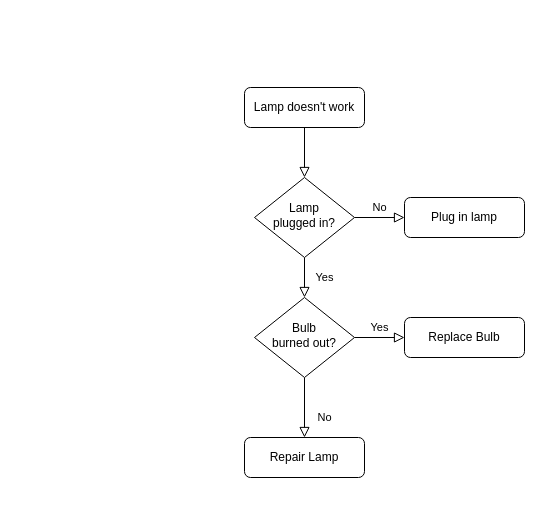
Earlier version of the draw.io diagram search.drawio (joshua-nine/joshua-nine). Source tidied: cells renumbered, new cells numbered last; positions are measured from the earlier drawing's top-left corner, leaving out a move shared by most shapes. Both pictures are drawn from the tidied source at 100%, with x=0, y=0 at pixel (244, 87).
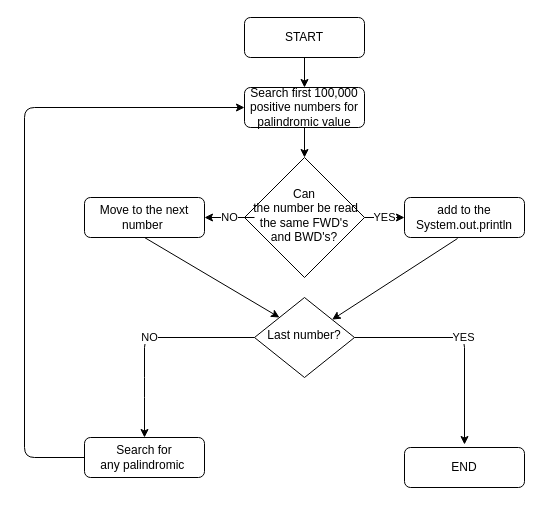
Above is the later version.

What changed in the source:
```diff
@@
-    <mxCell id="2" style="rounded=0;html=1;jettySize=auto;fontSize=11;endArrow=block;endFill=0;endSize=8;strokeWidth=1;shadow=0;labelBackgroundColor=none;edgeStyle=orthogonalEdgeStyle;" parent="1" edge="1" source="3" target="6">
-      <mxGeometry relative="1" as="geometry" />
-    </mxCell>
-    <mxCell id="3" value="Lamp doesn't work" style="rounded=1;whiteSpace=wrap;html=1;fontSize=12;glass=0;strokeWidth=1;shadow=0;" parent="1" vertex="1">
+    <mxCell id="3" value="Search first 100,000 positive numbers for palindromic value" style="rounded=1;whiteSpace=wrap;html=1;fontSize=12;glass=0;strokeWidth=1;shadow=0;" parent="1" vertex="1">
       <mxGeometry width="120" height="40" as="geometry" />
     </mxCell>
-    <mxCell id="4" value="Yes" style="rounded=0;html=1;jettySize=auto;fontSize=11;endArrow=block;endFill=0;endSize=8;strokeWidth=1;shadow=0;labelBackgroundColor=none;edgeStyle=orthogonalEdgeStyle;" parent="1" edge="1" source="6" target="10">
-      <mxGeometry y="20" relative="1" as="geometry" />
-    </mxCell>
-    <mxCell id="5" value="No" style="edgeStyle=orthogonalEdgeStyle;rounded=0;html=1;jettySize=auto;fontSize=11;endArrow=block;endFill=0;endSize=8;strokeWidth=1;shadow=0;labelBackgroundColor=none;" parent="1" edge="1" source="6" target="7">
-      <mxGeometry y="10" relative="1" as="geometry" />
-    </mxCell>
-    <mxCell id="6" value="Lamp&lt;br&gt;plugged in?" style="rhombus;whiteSpace=wrap;html=1;shadow=0;fontFamily=Helvetica;fontSize=12;align=center;strokeWidth=1;spacing=6;spacingTop=-4;" parent="1" vertex="1">
-      <mxGeometry x="10" y="90" width="100" height="80" as="geometry" />
+    <mxCell id="6" value="Can&lt;br&gt;&amp;nbsp;the number be read the same FWD's and BWD's?" style="rhombus;whiteSpace=wrap;html=1;shadow=0;fontFamily=Helvetica;fontSize=12;align=center;strokeWidth=1;spacing=6;spacingTop=-4;" parent="1" vertex="1">
+      <mxGeometry y="70" width="120" height="120" as="geometry" />
     </mxCell>
-    <mxCell id="7" value="Plug in lamp" style="rounded=1;whiteSpace=wrap;html=1;fontSize=12;glass=0;strokeWidth=1;shadow=0;" parent="1" vertex="1">
+    <mxCell id="7" value="add to the System.out.println" style="rounded=1;whiteSpace=wrap;html=1;fontSize=12;glass=0;strokeWidth=1;shadow=0;" parent="1" vertex="1">
       <mxGeometry x="160" y="110" width="120" height="40" as="geometry" />
     </mxCell>
-    <mxCell id="8" value="No" style="rounded=0;html=1;jettySize=auto;fontSize=11;endArrow=block;endFill=0;endSize=8;strokeWidth=1;shadow=0;labelBackgroundColor=none;edgeStyle=orthogonalEdgeStyle;" parent="1" edge="1" source="10" target="11">
-      <mxGeometry x="0.33" y="20" relative="1" as="geometry" />
-    </mxCell>
-    <mxCell id="9" value="Yes" style="edgeStyle=orthogonalEdgeStyle;rounded=0;html=1;jettySize=auto;fontSize=11;endArrow=block;endFill=0;endSize=8;strokeWidth=1;shadow=0;labelBackgroundColor=none;" parent="1" edge="1" source="10" target="12">
-      <mxGeometry y="10" relative="1" as="geometry" />
-    </mxCell>
-    <mxCell id="10" value="Bulb&lt;br&gt;burned out?" style="rhombus;whiteSpace=wrap;html=1;shadow=0;fontFamily=Helvetica;fontSize=12;align=center;strokeWidth=1;spacing=6;spacingTop=-4;" parent="1" vertex="1">
+    <mxCell id="10" value="Last number?" style="rhombus;whiteSpace=wrap;html=1;shadow=0;fontFamily=Helvetica;fontSize=12;align=center;strokeWidth=1;spacing=6;spacingTop=-4;" parent="1" vertex="1">
       <mxGeometry x="10" y="210" width="100" height="80" as="geometry" />
     </mxCell>
-    <mxCell id="11" value="Repair Lamp" style="rounded=1;whiteSpace=wrap;html=1;fontSize=12;glass=0;strokeWidth=1;shadow=0;" parent="1" vertex="1">
-      <mxGeometry y="350" width="120" height="40" as="geometry" />
+    <mxCell id="11" value="END" style="rounded=1;whiteSpace=wrap;html=1;fontSize=12;glass=0;strokeWidth=1;shadow=0;" parent="1" vertex="1">
+      <mxGeometry x="160" y="360" width="120" height="40" as="geometry" />
     </mxCell>
-    <mxCell id="12" value="Replace Bulb" style="rounded=1;whiteSpace=wrap;html=1;fontSize=12;glass=0;strokeWidth=1;shadow=0;" parent="1" vertex="1">
-      <mxGeometry x="160" y="230" width="120" height="40" as="geometry" />
-    </mxCell>
+    <mxCell id="13" value="Move to the next number&amp;nbsp;" style="rounded=1;whiteSpace=wrap;html=1;fontSize=12;glass=0;strokeWidth=1;shadow=0;" parent="1" vertex="1">
+      <mxGeometry x="-160" y="110" width="120" height="40" as="geometry" />
+    </mxCell>
+    <mxCell id="14" value="Search for any&amp;nbsp;palindromic&amp;nbsp;" style="rounded=1;whiteSpace=wrap;html=1;fontSize=12;glass=0;strokeWidth=1;shadow=0;" parent="1" vertex="1">
+      <mxGeometry x="-160" y="350" width="120" height="40" as="geometry" />
+    </mxCell>
+    <mxCell id="15" value="NO" style="endArrow=classic;html=1;entryX=1;entryY=0.5;entryDx=0;entryDy=0;" parent="1" edge="1" target="13">
+      <mxGeometry relative="1" as="geometry">
+        <mxPoint x="10" y="130" as="sourcePoint" />
+      </mxGeometry>
+    </mxCell>
+    <mxCell id="16" style="endArrow=classic;html=1;entryX=0;entryY=0;entryDx=0;entryDy=0;exitX=0.5;exitY=1;exitDx=0;exitDy=0;" parent="1" edge="1" source="13" target="10">
+      <mxGeometry relative="1" as="geometry" />
+    </mxCell>
+    <mxCell id="17" style="endArrow=classic;html=1;exitX=0.442;exitY=1.025;exitDx=0;exitDy=0;exitPerimeter=0;" parent="1" edge="1" source="7" target="10">
+      <mxGeometry relative="1" as="geometry" />
+    </mxCell>
+    <mxCell id="18" style="endArrow=classic;html=1;entryX=0;entryY=0.5;entryDx=0;entryDy=0;exitX=0;exitY=0.5;exitDx=0;exitDy=0;" parent="1" edge="1" source="14" target="3">
+      <mxGeometry relative="1" as="geometry">
+        <Array as="points">
+          <mxPoint x="-220" y="370" />
+          <mxPoint x="-220" y="20" />
+        </Array>
+      </mxGeometry>
+    </mxCell>
+    <mxCell id="19" value="NO" style="endArrow=classic;html=1;entryX=0.5;entryY=0;entryDx=0;entryDy=0;exitX=0;exitY=0.5;exitDx=0;exitDy=0;" parent="1" edge="1" source="10" target="14">
+      <mxGeometry relative="1" as="geometry">
+        <Array as="points">
+          <mxPoint x="-100" y="250" />
+          <mxPoint x="-100" y="300" />
+        </Array>
+      </mxGeometry>
+    </mxCell>
+    <mxCell id="2" style="endArrow=classic;html=1;entryX=0.5;entryY=0;entryDx=0;entryDy=0;exitX=0.5;exitY=1;exitDx=0;exitDy=0;" parent="1" edge="1" source="3" target="6">
+      <mxGeometry relative="1" as="geometry" />
+    </mxCell>
+    <mxCell id="20" value="YES" style="endArrow=classic;html=1;exitX=1;exitY=0.5;exitDx=0;exitDy=0;" parent="1" edge="1" source="10">
+      <mxGeometry relative="1" as="geometry">
+        <mxPoint x="220" y="357" as="targetPoint" />
+        <Array as="points">
+          <mxPoint x="220" y="250" />
+        </Array>
+      </mxGeometry>
+    </mxCell>
+    <mxCell id="5" value="YES" style="endArrow=classic;html=1;entryX=0;entryY=0.5;entryDx=0;entryDy=0;exitX=1;exitY=0.5;exitDx=0;exitDy=0;" parent="1" edge="1" source="6" target="7">
+      <mxGeometry relative="1" as="geometry" />
+    </mxCell>
+    <mxCell id="21" value="START" style="rounded=1;whiteSpace=wrap;html=1;fontSize=12;glass=0;strokeWidth=1;shadow=0;" parent="1" vertex="1">
+      <mxGeometry y="-70" width="120" height="40" as="geometry" />
+    </mxCell>
+    <mxCell id="22" style="endArrow=classic;html=1;exitX=0.5;exitY=1;exitDx=0;exitDy=0;" parent="1" edge="1" source="21" target="3">
+      <mxGeometry relative="1" as="geometry" />
+    </mxCell>
```
